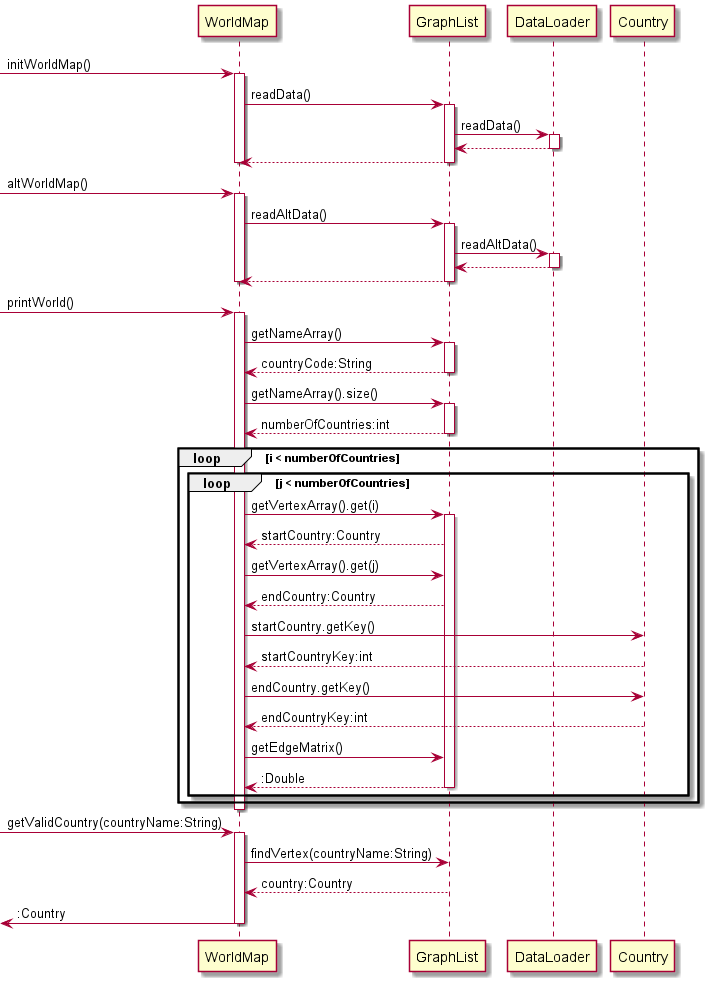
The PlantUML diagram docs/documentationPics/worldmap2.1.png in nus-cs2113-AY2122S1/tp, before a commit. Its diagram source:
```plantuml
@startuml

[-> WorldMap : initWorldMap()
activate WorldMap


WorldMap -> GraphList: readData()
activate GraphList

GraphList -> DataLoader: readData()
activate DataLoader

DataLoader --> GraphList
deactivate DataLoader

GraphList --> WorldMap
deactivate GraphList

deactivate WorldMap

[-> WorldMap : altWorldMap()
activate WorldMap


WorldMap -> GraphList: readAltData()
activate GraphList

GraphList -> DataLoader: readAltData()
activate DataLoader

DataLoader --> GraphList
deactivate DataLoader

GraphList --> WorldMap
deactivate GraphList

deactivate WorldMap

[-> WorldMap : printWorld()
activate WorldMap

WorldMap -> GraphList: getNameArray()
activate GraphList
GraphList --> WorldMap: countryCode:String
deactivate GraphList

WorldMap -> GraphList: getNameArray().size()
activate GraphList
GraphList --> WorldMap: numberOfCountries:int
deactivate GraphList

loop i < numberOfCountries
loop j < numberOfCountries
WorldMap -> GraphList: getVertexArray().get(i)
activate GraphList
GraphList --> WorldMap: startCountry:Country
WorldMap -> GraphList: getVertexArray().get(j)
GraphList --> WorldMap: endCountry:Country
WorldMap -> Country: startCountry.getKey()
Country --> WorldMap: startCountryKey:int
WorldMap -> Country: endCountry.getKey()
Country --> WorldMap: endCountryKey:int
WorldMap -> GraphList: getEdgeMatrix()
GraphList --> WorldMap: :Double
deactivate GraphList
end
end

deactivate WorldMap

[-> WorldMap : getValidCountry(countryName:String)
activate WorldMap

WorldMap -> GraphList: findVertex(countryName:String)
GraphList --> WorldMap: country:Country

<- WorldMap : :Country
deactivate WorldMap







@enduml
```
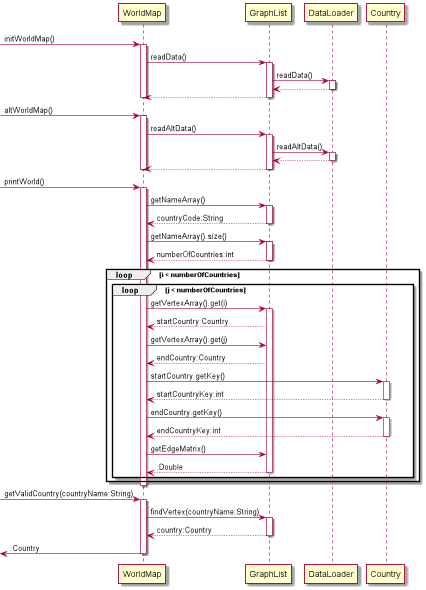
After the change.

Change to the diagram source:
```diff
@@ -2,7 +2,6 @@
 
 [-> WorldMap : initWorldMap()
 activate WorldMap
-
 
 WorldMap -> GraphList: readData()
 activate GraphList
@@ -20,7 +19,6 @@
 
 [-> WorldMap : altWorldMap()
 activate WorldMap
-
 
 WorldMap -> GraphList: readAltData()
 activate GraphList
@@ -57,9 +55,13 @@
 WorldMap -> GraphList: getVertexArray().get(j)
 GraphList --> WorldMap: endCountry:Country
 WorldMap -> Country: startCountry.getKey()
+activate Country
 Country --> WorldMap: startCountryKey:int
+deactivate Country
 WorldMap -> Country: endCountry.getKey()
+activate Country
 Country --> WorldMap: endCountryKey:int
+deactivate Country
 WorldMap -> GraphList: getEdgeMatrix()
 GraphList --> WorldMap: :Double
 deactivate GraphList
@@ -72,7 +74,9 @@
 activate WorldMap
 
 WorldMap -> GraphList: findVertex(countryName:String)
+activate GraphList
 GraphList --> WorldMap: country:Country
+deactivate GraphList
 
 <- WorldMap : :Country
 deactivate WorldMap
@@ -81,6 +85,4 @@
 
 
 
-
-
 @enduml
```
